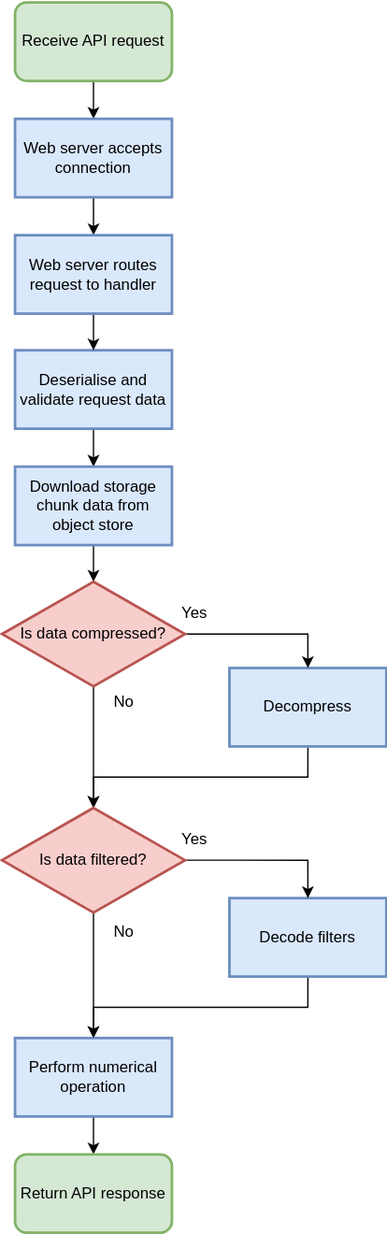
stackhpc/reductionist-rs keeps this draw.io diagram as docs/img/reductionist-request-pipeline.svg. Above is the earlier version. Source tidied: cells renumbered, new cells last; positions are measured from the earlier drawing's top-left corner, leaving out a move shared by most shapes. The source it was exported from:
```xml
<mxGraphModel>
  <root>
    <mxCell id="0" />
    <mxCell id="1" parent="0" />
    <mxCell id="2" style="edgeStyle=orthogonalEdgeStyle;rounded=0;jettySize=auto;html=1;exitX=0.5;exitY=1;exitDx=0;exitDy=0;entryX=0.5;entryY=0;entryDx=0;entryDy=0;strokeWidth=1;" parent="1" edge="1" source="3" target="5">
      <mxGeometry relative="1" as="geometry" />
    </mxCell>
    <mxCell id="3" value="Receive API request" style="rounded=1;whiteSpace=wrap;html=1;fillColor=#d5e8d4;strokeColor=#82b366;strokeWidth=2;" parent="1" vertex="1">
      <mxGeometry x="10" width="120" height="60" as="geometry" />
    </mxCell>
    <mxCell id="4" style="edgeStyle=orthogonalEdgeStyle;rounded=0;jettySize=auto;html=1;exitX=0.5;exitY=1;exitDx=0;exitDy=0;strokeWidth=1;" parent="1" edge="1" source="5" target="9">
      <mxGeometry relative="1" as="geometry" />
    </mxCell>
    <mxCell id="5" value="Web server accepts connection" style="rounded=0;whiteSpace=wrap;html=1;strokeWidth=2;fillColor=#dae8fc;strokeColor=#6c8ebf;" parent="1" vertex="1">
      <mxGeometry x="10" y="89" width="120" height="60" as="geometry" />
    </mxCell>
    <mxCell id="6" style="edgeStyle=orthogonalEdgeStyle;rounded=0;jettySize=auto;html=1;exitX=0.5;exitY=1;exitDx=0;exitDy=0;strokeWidth=1;entryX=0.5;entryY=0;entryDx=0;entryDy=0;" parent="1" edge="1" source="7" target="11">
      <mxGeometry relative="1" as="geometry" />
    </mxCell>
    <mxCell id="7" value="Deserialise and validate request data" style="rounded=0;whiteSpace=wrap;html=1;strokeWidth=2;fillColor=#dae8fc;strokeColor=#6c8ebf;" parent="1" vertex="1">
      <mxGeometry x="10" y="266" width="120" height="60" as="geometry" />
    </mxCell>
    <mxCell id="8" style="edgeStyle=orthogonalEdgeStyle;rounded=0;jettySize=auto;html=1;exitX=0.5;exitY=1;exitDx=0;exitDy=0;entryX=0.5;entryY=0;entryDx=0;entryDy=0;strokeWidth=1;" parent="1" edge="1" source="9" target="7">
      <mxGeometry relative="1" as="geometry" />
    </mxCell>
    <mxCell id="9" value="Web server routes request to handler" style="rounded=0;whiteSpace=wrap;html=1;strokeWidth=2;fillColor=#dae8fc;strokeColor=#6c8ebf;" parent="1" vertex="1">
      <mxGeometry x="10" y="178" width="120" height="60" as="geometry" />
    </mxCell>
    <mxCell id="10" style="edgeStyle=orthogonalEdgeStyle;rounded=0;jettySize=auto;html=1;exitX=0.5;exitY=1;exitDx=0;exitDy=0;entryX=0.5;entryY=0;entryDx=0;entryDy=0;strokeWidth=1;" parent="1" edge="1" source="11" target="21">
      <mxGeometry relative="1" as="geometry" />
    </mxCell>
    <mxCell id="11" value="Download storage chunk data from object store" style="rounded=0;whiteSpace=wrap;html=1;strokeWidth=2;fillColor=#dae8fc;strokeColor=#6c8ebf;" parent="1" vertex="1">
      <mxGeometry x="10" y="355" width="120" height="60" as="geometry" />
    </mxCell>
    <mxCell id="12" style="edgeStyle=orthogonalEdgeStyle;rounded=0;jettySize=auto;html=1;exitX=0.5;exitY=1;exitDx=0;exitDy=0;entryX=0.5;entryY=0;entryDx=0;entryDy=0;strokeWidth=1;" parent="1" edge="1" source="13" target="26">
      <mxGeometry relative="1" as="geometry" />
    </mxCell>
    <mxCell id="13" value="Decompress" style="rounded=0;whiteSpace=wrap;html=1;strokeWidth=2;fillColor=#dae8fc;strokeColor=#6c8ebf;" parent="1" vertex="1">
      <mxGeometry x="174" y="509" width="120" height="60" as="geometry" />
    </mxCell>
    <mxCell id="14" style="edgeStyle=orthogonalEdgeStyle;rounded=0;jettySize=auto;html=1;exitX=0.5;exitY=1;exitDx=0;exitDy=0;entryX=0.5;entryY=0;entryDx=0;entryDy=0;strokeWidth=1;" parent="1" edge="1" source="15" target="17">
      <mxGeometry relative="1" as="geometry" />
    </mxCell>
    <mxCell id="15" value="Decode filters" style="rounded=0;whiteSpace=wrap;html=1;strokeWidth=2;fillColor=#dae8fc;strokeColor=#6c8ebf;" parent="1" vertex="1">
      <mxGeometry x="174" y="685" width="120" height="60" as="geometry" />
    </mxCell>
    <mxCell id="16" style="edgeStyle=orthogonalEdgeStyle;rounded=0;jettySize=auto;html=1;exitX=0.5;exitY=1;exitDx=0;exitDy=0;entryX=0.5;entryY=0;entryDx=0;entryDy=0;strokeWidth=1;" parent="1" edge="1" source="17" target="18">
      <mxGeometry relative="1" as="geometry" />
    </mxCell>
    <mxCell id="17" value="Perform numerical operation" style="rounded=0;whiteSpace=wrap;html=1;strokeWidth=2;fillColor=#dae8fc;strokeColor=#6c8ebf;" parent="1" vertex="1">
      <mxGeometry x="10" y="792" width="120" height="60" as="geometry" />
    </mxCell>
    <mxCell id="18" value="Return API response" style="rounded=1;whiteSpace=wrap;html=1;fillColor=#d5e8d4;strokeColor=#82b366;strokeWidth=2;" parent="1" vertex="1">
      <mxGeometry x="10" y="881" width="120" height="60" as="geometry" />
    </mxCell>
    <mxCell id="19" style="edgeStyle=orthogonalEdgeStyle;rounded=0;jettySize=auto;html=1;exitX=1;exitY=0.5;exitDx=0;exitDy=0;entryX=0.5;entryY=0;entryDx=0;entryDy=0;strokeWidth=1;" parent="1" edge="1" source="21" target="13">
      <mxGeometry relative="1" as="geometry" />
    </mxCell>
    <mxCell id="20" style="edgeStyle=orthogonalEdgeStyle;rounded=0;jettySize=auto;html=1;exitX=0.5;exitY=1;exitDx=0;exitDy=0;entryX=0.5;entryY=0;entryDx=0;entryDy=0;strokeWidth=1;" parent="1" edge="1" source="21" target="26">
      <mxGeometry relative="1" as="geometry" />
    </mxCell>
    <mxCell id="21" value="Is data compressed?" style="rhombus;whiteSpace=wrap;html=1;strokeWidth=2;fillColor=#f8cecc;strokeColor=#b85450;" parent="1" vertex="1">
      <mxGeometry y="443" width="140" height="80" as="geometry" />
    </mxCell>
    <mxCell id="22" value="Yes" style="text;html=1;strokeColor=none;fillColor=none;align=center;verticalAlign=middle;whiteSpace=wrap;rounded=0;" parent="1" vertex="1">
      <mxGeometry x="115" y="452" width="65" height="30" as="geometry" />
    </mxCell>
    <mxCell id="23" value="No" style="text;html=1;strokeColor=none;fillColor=none;align=center;verticalAlign=middle;whiteSpace=wrap;rounded=0;" parent="1" vertex="1">
      <mxGeometry x="61" y="520" width="65" height="30" as="geometry" />
    </mxCell>
    <mxCell id="24" style="edgeStyle=orthogonalEdgeStyle;rounded=0;jettySize=auto;html=1;exitX=0.5;exitY=1;exitDx=0;exitDy=0;entryX=0.5;entryY=0;entryDx=0;entryDy=0;strokeWidth=1;" parent="1" edge="1" source="26" target="17">
      <mxGeometry relative="1" as="geometry" />
    </mxCell>
    <mxCell id="25" style="edgeStyle=orthogonalEdgeStyle;rounded=0;jettySize=auto;html=1;exitX=1;exitY=0.5;exitDx=0;exitDy=0;entryX=0.5;entryY=0;entryDx=0;entryDy=0;strokeWidth=1;" parent="1" edge="1" source="26" target="15">
      <mxGeometry relative="1" as="geometry" />
    </mxCell>
    <mxCell id="26" value="Is data filtered?" style="rhombus;whiteSpace=wrap;html=1;strokeWidth=2;fillColor=#f8cecc;strokeColor=#b85450;" parent="1" vertex="1">
      <mxGeometry y="616" width="140" height="80" as="geometry" />
    </mxCell>
    <mxCell id="27" value="Yes" style="text;html=1;strokeColor=none;fillColor=none;align=center;verticalAlign=middle;whiteSpace=wrap;rounded=0;" parent="1" vertex="1">
      <mxGeometry x="115" y="625" width="65" height="30" as="geometry" />
    </mxCell>
    <mxCell id="28" value="No" style="text;html=1;strokeColor=none;fillColor=none;align=center;verticalAlign=middle;whiteSpace=wrap;rounded=0;" parent="1" vertex="1">
      <mxGeometry x="61" y="696" width="65" height="30" as="geometry" />
    </mxCell>
    <mxCell id="29" style="edgeStyle=orthogonalEdgeStyle;rounded=0;orthogonalLoop=1;jettySize=auto;html=1;exitX=0.5;exitY=1;exitDx=0;exitDy=0;strokeWidth=1;" parent="1" edge="1" source="27" target="27">
      <mxGeometry relative="1" as="geometry" />
    </mxCell>
  </root>
</mxGraphModel>
```
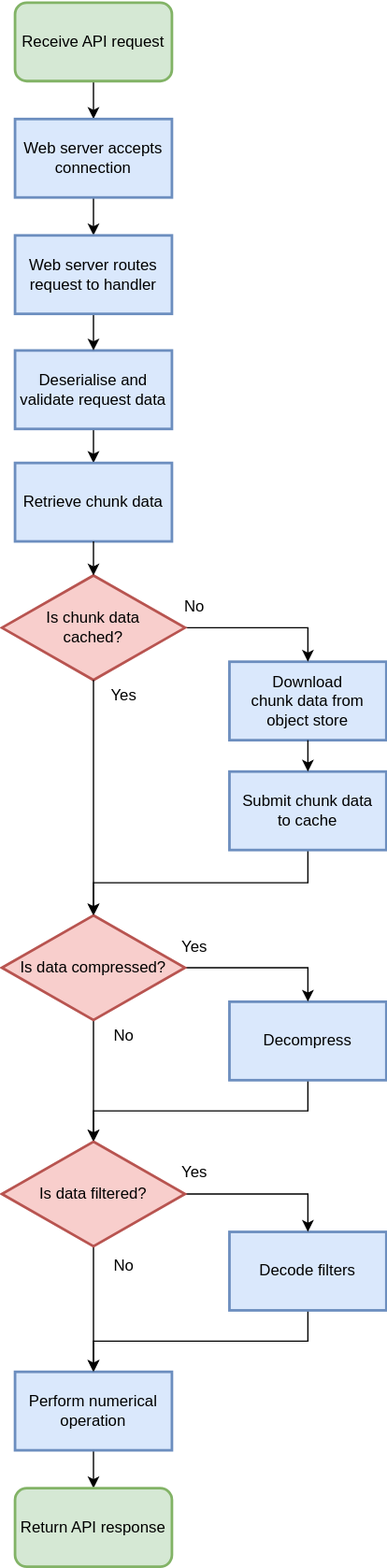
After the change.

Commit message:
Update documentation inline with the chunk cache additions

Change to the diagram source:
```diff
@@ -6,32 +6,29 @@
       <mxGeometry relative="1" as="geometry" />
     </mxCell>
     <mxCell id="3" value="Receive API request" style="rounded=1;whiteSpace=wrap;html=1;fillColor=#d5e8d4;strokeColor=#82b366;strokeWidth=2;" parent="1" vertex="1">
-      <mxGeometry x="10" width="120" height="60" as="geometry" />
+      <mxGeometry x="10" y="-255" width="120" height="60" as="geometry" />
     </mxCell>
     <mxCell id="4" style="edgeStyle=orthogonalEdgeStyle;rounded=0;jettySize=auto;html=1;exitX=0.5;exitY=1;exitDx=0;exitDy=0;strokeWidth=1;" parent="1" edge="1" source="5" target="9">
       <mxGeometry relative="1" as="geometry" />
     </mxCell>
     <mxCell id="5" value="Web server accepts connection" style="rounded=0;whiteSpace=wrap;html=1;strokeWidth=2;fillColor=#dae8fc;strokeColor=#6c8ebf;" parent="1" vertex="1">
-      <mxGeometry x="10" y="89" width="120" height="60" as="geometry" />
+      <mxGeometry x="10" y="-166" width="120" height="60" as="geometry" />
     </mxCell>
-    <mxCell id="6" style="edgeStyle=orthogonalEdgeStyle;rounded=0;jettySize=auto;html=1;exitX=0.5;exitY=1;exitDx=0;exitDy=0;strokeWidth=1;entryX=0.5;entryY=0;entryDx=0;entryDy=0;" parent="1" edge="1" source="7" target="11">
+    <mxCell id="6" style="edgeStyle=orthogonalEdgeStyle;rounded=0;jettySize=auto;html=1;strokeWidth=1;entryX=0.5;entryY=0;entryDx=0;entryDy=0;exitX=0.5;exitY=1;exitDx=0;exitDy=0;" parent="1" edge="1" source="7" target="38">
       <mxGeometry relative="1" as="geometry" />
     </mxCell>
     <mxCell id="7" value="Deserialise and validate request data" style="rounded=0;whiteSpace=wrap;html=1;strokeWidth=2;fillColor=#dae8fc;strokeColor=#6c8ebf;" parent="1" vertex="1">
-      <mxGeometry x="10" y="266" width="120" height="60" as="geometry" />
+      <mxGeometry x="10" y="11" width="120" height="60" as="geometry" />
     </mxCell>
     <mxCell id="8" style="edgeStyle=orthogonalEdgeStyle;rounded=0;jettySize=auto;html=1;exitX=0.5;exitY=1;exitDx=0;exitDy=0;entryX=0.5;entryY=0;entryDx=0;entryDy=0;strokeWidth=1;" parent="1" edge="1" source="9" target="7">
       <mxGeometry relative="1" as="geometry" />
     </mxCell>
     <mxCell id="9" value="Web server routes request to handler" style="rounded=0;whiteSpace=wrap;html=1;strokeWidth=2;fillColor=#dae8fc;strokeColor=#6c8ebf;" parent="1" vertex="1">
-      <mxGeometry x="10" y="178" width="120" height="60" as="geometry" />
+      <mxGeometry x="10" y="-77" width="120" height="60" as="geometry" />
     </mxCell>
-    <mxCell id="10" style="edgeStyle=orthogonalEdgeStyle;rounded=0;jettySize=auto;html=1;exitX=0.5;exitY=1;exitDx=0;exitDy=0;entryX=0.5;entryY=0;entryDx=0;entryDy=0;strokeWidth=1;" parent="1" edge="1" source="11" target="21">
+    <mxCell id="10" style="edgeStyle=orthogonalEdgeStyle;rounded=0;jettySize=auto;html=1;exitX=0.5;exitY=1;exitDx=0;exitDy=0;entryX=0.5;entryY=0;entryDx=0;entryDy=0;strokeWidth=1;" parent="1" edge="1" source="35" target="21">
       <mxGeometry relative="1" as="geometry" />
     </mxCell>
-    <mxCell id="11" value="Download storage chunk data from object store" style="rounded=0;whiteSpace=wrap;html=1;strokeWidth=2;fillColor=#dae8fc;strokeColor=#6c8ebf;" parent="1" vertex="1">
-      <mxGeometry x="10" y="355" width="120" height="60" as="geometry" />
-    </mxCell>
     <mxCell id="12" style="edgeStyle=orthogonalEdgeStyle;rounded=0;jettySize=auto;html=1;exitX=0.5;exitY=1;exitDx=0;exitDy=0;entryX=0.5;entryY=0;entryDx=0;entryDy=0;strokeWidth=1;" parent="1" edge="1" source="13" target="26">
       <mxGeometry relative="1" as="geometry" />
     </mxCell>
@@ -86,5 +83,35 @@
     <mxCell id="29" style="edgeStyle=orthogonalEdgeStyle;rounded=0;orthogonalLoop=1;jettySize=auto;html=1;exitX=0.5;exitY=1;exitDx=0;exitDy=0;strokeWidth=1;" parent="1" edge="1" source="27" target="27">
       <mxGeometry relative="1" as="geometry" />
     </mxCell>
+    <mxCell id="30" value="&lt;div&gt;Download&lt;/div&gt;&lt;div&gt;chunk data from object&amp;nbsp;store&lt;/div&gt;" style="rounded=0;whiteSpace=wrap;html=1;strokeWidth=2;fillColor=#dae8fc;strokeColor=#6c8ebf;" parent="1" vertex="1">
+      <mxGeometry x="174" y="249" width="120" height="60" as="geometry" />
+    </mxCell>
+    <mxCell id="31" style="edgeStyle=orthogonalEdgeStyle;rounded=0;jettySize=auto;html=1;exitX=1;exitY=0.5;exitDx=0;exitDy=0;entryX=0.5;entryY=0;entryDx=0;entryDy=0;strokeWidth=1;" parent="1" edge="1" source="32" target="30">
+      <mxGeometry relative="1" as="geometry" />
+    </mxCell>
+    <mxCell id="32" value="&lt;div&gt;Is chunk data&lt;/div&gt;&lt;div&gt;cached?&lt;/div&gt;" style="rhombus;whiteSpace=wrap;html=1;strokeWidth=2;fillColor=#f8cecc;strokeColor=#b85450;" parent="1" vertex="1">
+      <mxGeometry y="183" width="140" height="80" as="geometry" />
+    </mxCell>
+    <mxCell id="33" value="No" style="text;html=1;strokeColor=none;fillColor=none;align=center;verticalAlign=middle;whiteSpace=wrap;rounded=0;" parent="1" vertex="1">
+      <mxGeometry x="115" y="192" width="65" height="30" as="geometry" />
+    </mxCell>
+    <mxCell id="34" value="Yes" style="text;html=1;strokeColor=none;fillColor=none;align=center;verticalAlign=middle;whiteSpace=wrap;rounded=0;" parent="1" vertex="1">
+      <mxGeometry x="61" y="260" width="65" height="30" as="geometry" />
+    </mxCell>
+    <mxCell id="35" value="&lt;div&gt;Submit chunk data&lt;/div&gt;&lt;div&gt;to cache&lt;/div&gt;" style="rounded=0;whiteSpace=wrap;html=1;strokeWidth=2;fillColor=#dae8fc;strokeColor=#6c8ebf;" parent="1" vertex="1">
+      <mxGeometry x="174" y="333" width="120" height="60" as="geometry" />
+    </mxCell>
+    <mxCell id="36" style="edgeStyle=orthogonalEdgeStyle;rounded=0;jettySize=auto;html=1;strokeWidth=1;entryX=0.5;entryY=0;entryDx=0;entryDy=0;exitX=0.5;exitY=1;exitDx=0;exitDy=0;" parent="1" edge="1" source="30" target="35">
+      <mxGeometry relative="1" as="geometry" />
+    </mxCell>
+    <mxCell id="37" style="edgeStyle=orthogonalEdgeStyle;rounded=0;jettySize=auto;html=1;strokeWidth=1;entryX=0.5;entryY=0;entryDx=0;entryDy=0;exitX=0.5;exitY=1;exitDx=0;exitDy=0;" parent="1" edge="1" source="32" target="21">
+      <mxGeometry relative="1" as="geometry" />
+    </mxCell>
+    <mxCell id="38" value="Retrieve chunk data" style="rounded=0;whiteSpace=wrap;html=1;strokeWidth=2;fillColor=#dae8fc;strokeColor=#6c8ebf;" parent="1" vertex="1">
+      <mxGeometry x="10" y="97" width="120" height="60" as="geometry" />
+    </mxCell>
+    <mxCell id="39" style="edgeStyle=orthogonalEdgeStyle;rounded=0;jettySize=auto;html=1;strokeWidth=1;entryX=0.5;entryY=0;entryDx=0;entryDy=0;exitX=0.5;exitY=1;exitDx=0;exitDy=0;" parent="1" edge="1" source="38" target="32">
+      <mxGeometry relative="1" as="geometry" />
+    </mxCell>
   </root>
 </mxGraphModel>
```
